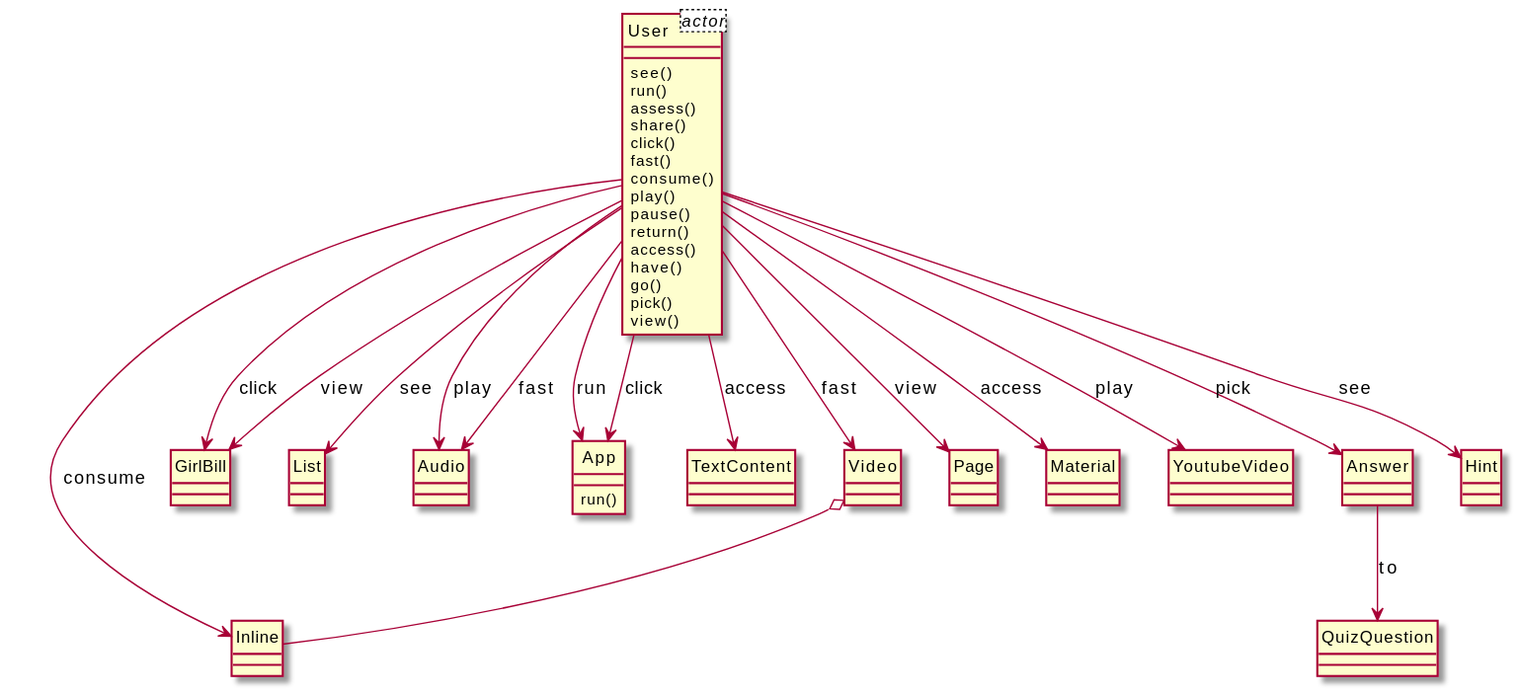
Earlier version of the PlantUML export output/diagram_5/2016-USC-Project03.svg (xixixhalu/DomainModelExtractor).
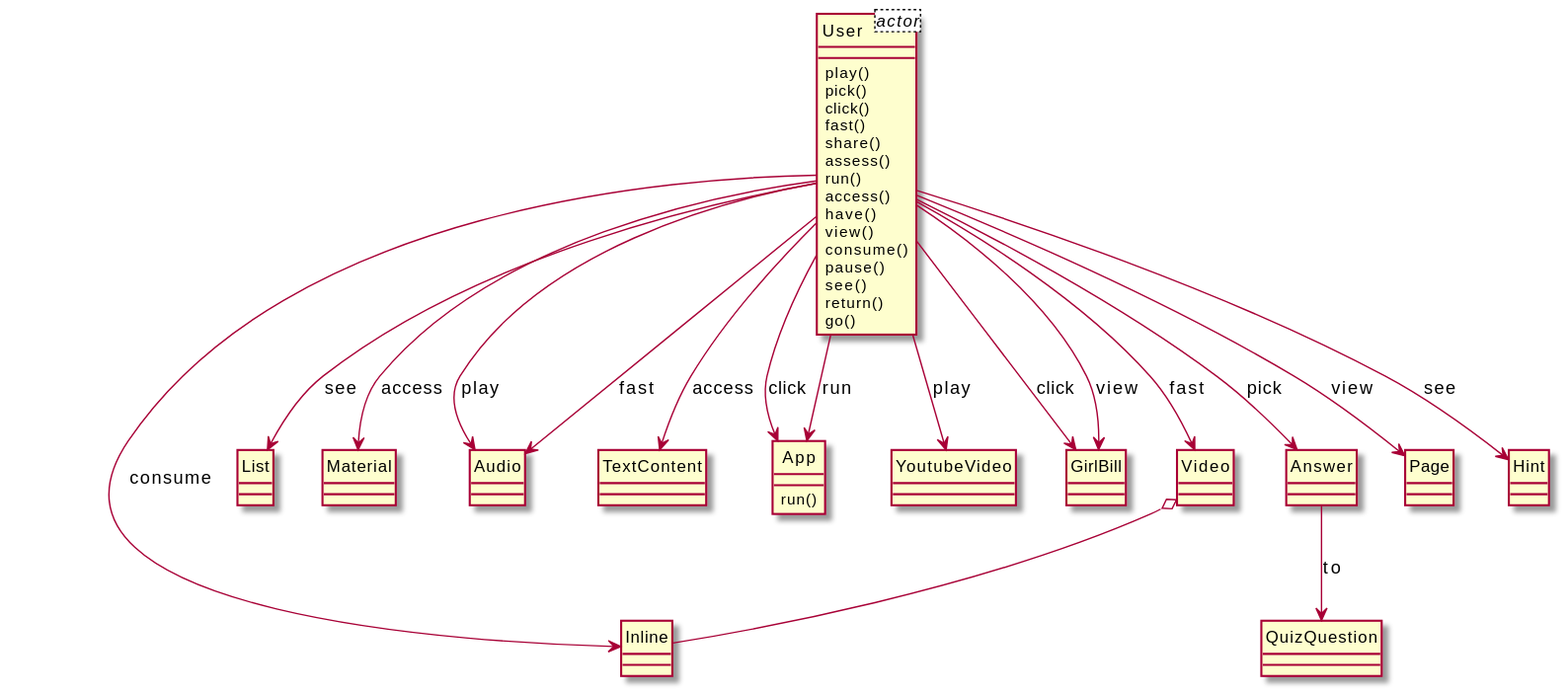
The same diagram one commit later.

What changed in the source:
```diff
@@ -5,62 +5,62 @@
 class Inline {
 }
 class User {
-	see()
-	run()
-	assess()
-	share()
+	play()
+	pick()
 	click()
 	fast()
-	consume()
-	play()
-	pause()
-	return()
+	share()
+	assess()
+	run()
 	access()
 	have()
+	view()
+	consume()
+	pause()
+	see()
+	return()
 	go()
-	pick()
-	view()
-}
-class GirlBill {
 }
 class List {
 }
+class Material {
+}
 class Audio {
+}
+class TextContent {
 }
 class App {
 	run()
 }
-class TextContent {
+class YoutubeVideo {
+}
+class GirlBill {
+}
+class Video {
 }
 class Answer {
 }
 class Page {
-}
-class Material {
-}
-class YoutubeVideo {
-}
-class Video {
 }
 class Hint {
 }
 class QuizQuestion {
 }
 User --> App : click
+User --> Video : fast
 User --> Inline : consume
-User --> Video : fast
+User --> App : run
+User --> GirlBill : click
+User --> Audio : play
+User --> YoutubeVideo : play
+User --> Hint : see
+User --> Answer : pick
+User --> List : see
+Video o-- Inline
+User --> TextContent : access
+Answer --> QuizQuestion : to
+User --> GirlBill : view
+User --> Page : view
 User --> Audio : fast
-User --> App : run
-User --> Answer : pick
-User --> GirlBill : view
 User --> Material : access
-User --> GirlBill : click
-User --> YoutubeVideo : play
-User --> Audio : play
-User --> Hint : see
-Answer --> QuizQuestion : to
-User --> Page : view
-User --> TextContent : access
-Video o-- Inline
-User --> List : see
 @enduml
```
